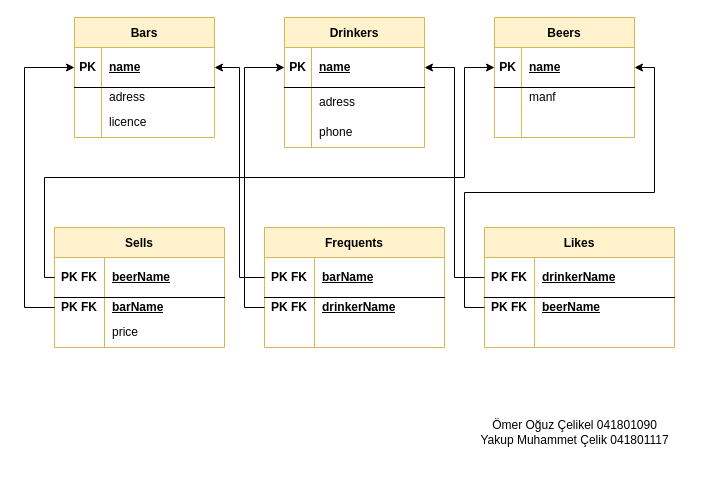
Earlier version of the draw.io diagram page "Page-5" (5 of 5) of Untitled Diagram.drawio (OguzCelikel/Arduino). Source tidied: cells renumbered, new cells numbered last; positions are measured from the earlier drawing's top-left corner, leaving out a move shared by most shapes. Both pictures are drawn from the tidied source at 100%, with x=0, y=0 at pixel (24, 17).
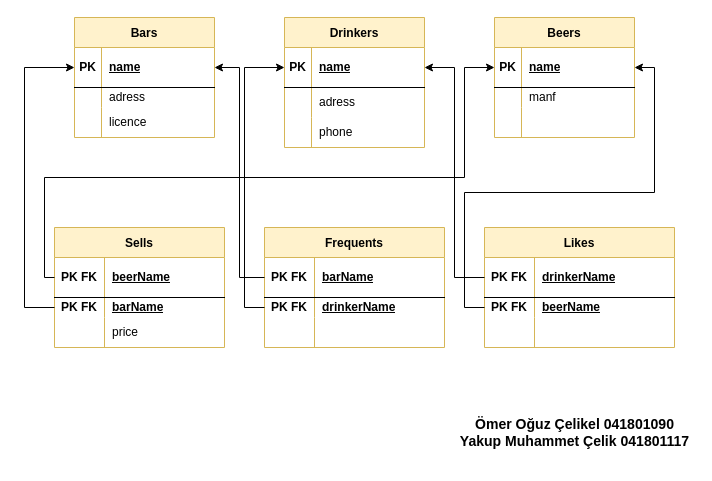
The same diagram, later.

Change to the diagram source:
```diff
@@
-    <mxCell id="68" value="Ömer Oğuz Çelikel 041801090&lt;br&gt;Yakup Muhammet Çelik 041801117" style="text;html=1;align=center;verticalAlign=middle;strokeColor=none;fillColor=none;fontColor=default;" parent="1" vertex="1">
-      <mxGeometry x="450" y="400" width="200" height="30" as="geometry" />
+    <mxCell id="68" value="&lt;h3&gt;Ömer Oğuz Çelikel 041801090&lt;br&gt;Yakup Muhammet Çelik 041801117&lt;/h3&gt;" style="text;html=1;align=center;verticalAlign=middle;strokeColor=none;fillColor=none;fontColor=default;" parent="1" vertex="1">
+      <mxGeometry x="430" y="385" width="240" height="60" as="geometry" />
     </mxCell>
```
